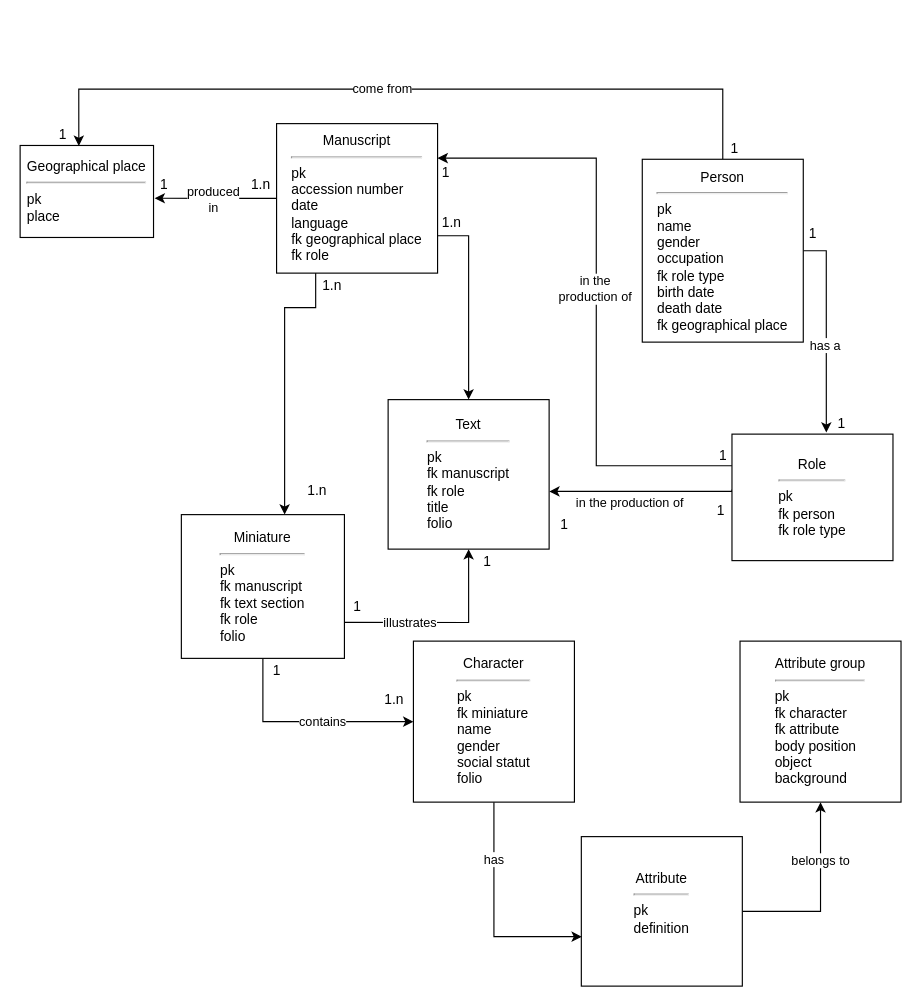
This is trobairitz.drawio from ellieiri/enluminures_trobairitz, a draw.io file, before an edit. Source tidied: cells renumbered, new cells numbered last; positions are measured from the earlier drawing's top-left corner, leaving out a move shared by most shapes. Both pictures are drawn from the tidied source at 115%, with x=0, y=0 at pixel (20, 89).
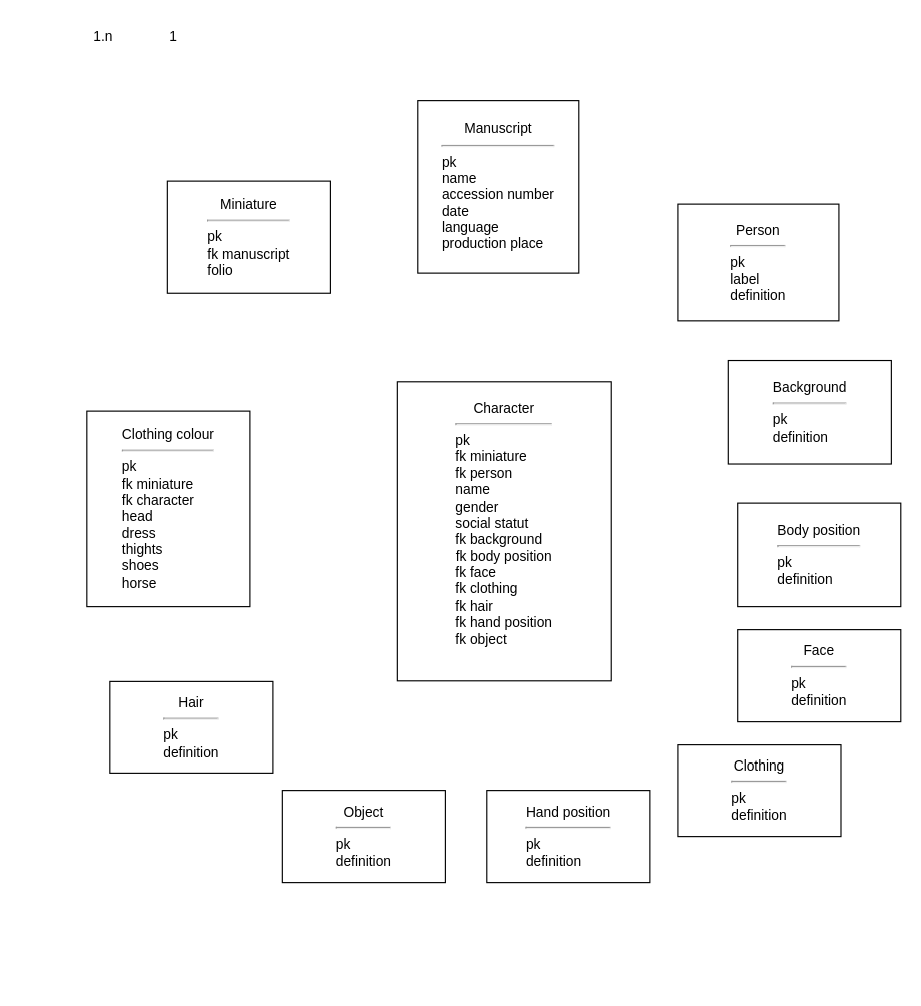
The same diagram, later.

Commit message (it also covers changes not shown here):
Mettre à jour trobairitz.drawio

The edit, as a diff of the source:
```diff
@@
-    <mxCell id="2" style="edgeStyle=orthogonalEdgeStyle;rounded=0;jettySize=auto;html=1;" parent="1" edge="1" source="6" target="15">
-      <mxGeometry relative="1" as="geometry">
-        <Array as="points">
-          <mxPoint x="257" y="190" />
-          <mxPoint x="230" y="190" />
-        </Array>
-      </mxGeometry>
-    </mxCell>
-    <mxCell id="3" style="edgeStyle=orthogonalEdgeStyle;rounded=0;jettySize=auto;html=1;exitX=1;exitY=0.75;exitDx=0;exitDy=0;" parent="1" edge="1" source="6" target="16">
-      <mxGeometry relative="1" as="geometry" />
-    </mxCell>
-    <mxCell id="4" style="edgeStyle=orthogonalEdgeStyle;rounded=0;jettySize=auto;html=1;entryX=1.008;entryY=0.574;entryDx=0;entryDy=0;entryPerimeter=0;" parent="1" edge="1" source="6" target="17">
-      <mxGeometry relative="1" as="geometry" />
-    </mxCell>
-    <mxCell id="5" value="&lt;div&gt;produced&lt;/div&gt;&lt;div&gt;in&lt;br&gt;&lt;/div&gt;" style="edgeLabel;html=1;align=center;verticalAlign=middle;" parent="4" vertex="1">
-      <mxGeometry x="0.05" y="2" relative="1" as="geometry">
-        <mxPoint y="-1" as="offset" />
-      </mxGeometry>
-    </mxCell>
-    <mxCell id="6" value="&lt;div&gt;Manuscript&lt;/div&gt;&lt;div&gt;&lt;hr&gt;&lt;/div&gt;&lt;div align=&quot;left&quot;&gt;pk&lt;/div&gt;&lt;div align=&quot;left&quot;&gt;accession number&lt;/div&gt;&lt;div align=&quot;left&quot;&gt;date&lt;/div&gt;&lt;div align=&quot;left&quot;&gt;language&lt;br&gt;&lt;/div&gt;&lt;div align=&quot;left&quot;&gt;fk geographical place&lt;/div&gt;&lt;div align=&quot;left&quot;&gt;fk role&lt;br&gt;&lt;/div&gt;" style="rounded=0;whiteSpace=wrap;html=1;" parent="1" vertex="1">
-      <mxGeometry x="223" y="30" width="140" height="130" as="geometry" />
+    <mxCell id="6" value="&lt;div&gt;Manuscript&lt;/div&gt;&lt;div&gt;&lt;hr&gt;&lt;/div&gt;&lt;div align=&quot;left&quot;&gt;pk&lt;/div&gt;&lt;div align=&quot;left&quot;&gt;name&lt;br&gt;&lt;/div&gt;&lt;div align=&quot;left&quot;&gt;accession number&lt;/div&gt;&lt;div align=&quot;left&quot;&gt;date&lt;/div&gt;&lt;div align=&quot;left&quot;&gt;language&lt;br&gt;&lt;/div&gt;&lt;div align=&quot;left&quot;&gt;production place&lt;br&gt;&lt;/div&gt;" style="rounded=0;whiteSpace=wrap;html=1;" parent="1" vertex="1">
+      <mxGeometry x="345.8" y="10" width="140" height="150" as="geometry" />
     </mxCell>
-    <mxCell id="7" style="edgeStyle=orthogonalEdgeStyle;rounded=0;jettySize=auto;html=1;exitX=0;exitY=0.25;exitDx=0;exitDy=0;" parent="1" edge="1" source="10" target="6">
-      <mxGeometry relative="1" as="geometry">
-        <Array as="points">
-          <mxPoint x="501" y="328" />
-          <mxPoint x="501" y="60" />
-        </Array>
-      </mxGeometry>
-    </mxCell>
-    <mxCell id="8" value="&lt;div&gt;in the &lt;br&gt;&lt;/div&gt;&lt;div&gt;production of&lt;/div&gt;" style="edgeLabel;html=1;align=center;verticalAlign=middle;" parent="7" vertex="1">
-      <mxGeometry x="0.04" y="2" relative="1" as="geometry" />
-    </mxCell>
-    <mxCell id="9" value="in the production of" style="edgeStyle=orthogonalEdgeStyle;rounded=0;jettySize=auto;html=1;exitX=0.01;exitY=0.702;exitDx=0;exitDy=0;exitPerimeter=0;entryX=1.001;entryY=0.614;entryDx=0;entryDy=0;entryPerimeter=0;" parent="1" edge="1" target="16">
-      <mxGeometry x="0.13" y="10" relative="1" as="geometry">
-        <mxPoint x="619" y="348.2" as="sourcePoint" />
-        <Array as="points">
-          <mxPoint x="619" y="350" />
-        </Array>
-      </mxGeometry>
-    </mxCell>
-    <mxCell id="10" value="&lt;div&gt;Role&lt;br&gt;&lt;/div&gt;&lt;div&gt;&lt;hr&gt;&lt;/div&gt;&lt;div align=&quot;left&quot;&gt;pk&lt;/div&gt;&lt;div align=&quot;left&quot;&gt;fk person&lt;/div&gt;&lt;div align=&quot;left&quot;&gt;fk role type&lt;br&gt;&lt;/div&gt;" style="rounded=0;whiteSpace=wrap;html=1;" parent="1" vertex="1">
-      <mxGeometry x="619" y="300" width="140" height="110" as="geometry" />
-    </mxCell>
-    <mxCell id="11" style="edgeStyle=orthogonalEdgeStyle;rounded=0;jettySize=auto;html=1;exitX=1;exitY=0.75;exitDx=0;exitDy=0;entryX=0.5;entryY=1;entryDx=0;entryDy=0;" parent="1" edge="1" source="15" target="16">
-      <mxGeometry relative="1" as="geometry" />
-    </mxCell>
-    <mxCell id="12" value="illustrates" style="edgeLabel;html=1;align=center;verticalAlign=middle;" parent="11" vertex="1">
-      <mxGeometry x="-0.34" y="-3" relative="1" as="geometry">
-        <mxPoint y="-3" as="offset" />
-      </mxGeometry>
-    </mxCell>
-    <mxCell id="13" style="edgeStyle=orthogonalEdgeStyle;rounded=0;jettySize=auto;html=1;entryX=0;entryY=0.5;entryDx=0;entryDy=0;exitX=0.5;exitY=1;exitDx=0;exitDy=0;" parent="1" edge="1" source="15" target="42">
-      <mxGeometry relative="1" as="geometry" />
-    </mxCell>
-    <mxCell id="14" value="contains" style="edgeLabel;html=1;align=center;verticalAlign=middle;" parent="13" vertex="1">
-      <mxGeometry x="0.14" y="-5" relative="1" as="geometry">
-        <mxPoint y="-6" as="offset" />
-      </mxGeometry>
-    </mxCell>
-    <mxCell id="15" value="&lt;div&gt;Miniature&lt;br&gt;&lt;/div&gt;&lt;div&gt;&lt;hr&gt;&lt;/div&gt;&lt;div align=&quot;left&quot;&gt;pk&lt;/div&gt;&lt;div align=&quot;left&quot;&gt;fk manuscript&lt;/div&gt;&lt;div align=&quot;left&quot;&gt;fk text section&lt;/div&gt;&lt;div align=&quot;left&quot;&gt;fk role&lt;br&gt;&lt;/div&gt;&lt;div align=&quot;left&quot;&gt;folio&lt;/div&gt;" style="rounded=0;whiteSpace=wrap;html=1;" parent="1" vertex="1">
-      <mxGeometry x="140.2" y="370" width="141.8" height="125" as="geometry" />
+    <mxCell id="15" value="&lt;div&gt;Miniature&lt;br&gt;&lt;/div&gt;&lt;div&gt;&lt;hr&gt;&lt;/div&gt;&lt;div align=&quot;left&quot;&gt;pk&lt;/div&gt;&lt;div align=&quot;left&quot;&gt;fk manuscript&lt;/div&gt;&lt;div align=&quot;left&quot;&gt;folio&lt;/div&gt;" style="rounded=0;whiteSpace=wrap;html=1;" parent="1" vertex="1">
+      <mxGeometry x="128" y="80" width="141.8" height="97.5" as="geometry" />
     </mxCell>
-    <mxCell id="16" value="&lt;div align=&quot;center&quot;&gt;Text&lt;/div&gt;&lt;div align=&quot;center&quot;&gt;&lt;hr&gt;&lt;/div&gt;&lt;div align=&quot;left&quot;&gt;pk&lt;/div&gt;&lt;div align=&quot;left&quot;&gt;fk manuscript&lt;br&gt;&lt;/div&gt;&lt;div align=&quot;left&quot;&gt;fk role&lt;br&gt;&lt;/div&gt;&lt;div align=&quot;left&quot;&gt;title&lt;/div&gt;&lt;div align=&quot;left&quot;&gt;folio&lt;/div&gt;" style="rounded=0;whiteSpace=wrap;html=1;align=center;" parent="1" vertex="1">
-      <mxGeometry x="320" y="270" width="140" height="130" as="geometry" />
-    </mxCell>
-    <mxCell id="17" value="&lt;div&gt;Geographical place&lt;br&gt;&lt;/div&gt;&lt;div&gt;&lt;hr&gt;&lt;/div&gt;&lt;div align=&quot;left&quot;&gt;pk&lt;/div&gt;&lt;div align=&quot;left&quot;&gt;place&lt;br&gt;&lt;/div&gt;" style="rounded=0;whiteSpace=wrap;html=1;" parent="1" vertex="1">
-      <mxGeometry y="49" width="116" height="80" as="geometry" />
-    </mxCell>
-    <mxCell id="18" style="edgeStyle=orthogonalEdgeStyle;rounded=0;jettySize=auto;html=1;exitX=1;exitY=0.5;exitDx=0;exitDy=0;entryX=0.586;entryY=-0.012;entryDx=0;entryDy=0;entryPerimeter=0;" parent="1" edge="1" source="25" target="10">
-      <mxGeometry relative="1" as="geometry" />
-    </mxCell>
-    <mxCell id="19" value="has a" style="edgeLabel;html=1;align=center;verticalAlign=middle;" parent="18" vertex="1">
-      <mxGeometry x="0.12" y="3" relative="1" as="geometry">
-        <mxPoint x="-5" y="2" as="offset" />
-      </mxGeometry>
-    </mxCell>
-    <mxCell id="20" value="1.n" style="text;html=1;align=center;verticalAlign=middle;strokeColor=none;fillColor=none;" parent="1" vertex="1">
-      <mxGeometry x="238" y="334" width="40" height="30" as="geometry" />
-    </mxCell>
-    <mxCell id="21" value="1.n" style="text;html=1;align=center;verticalAlign=middle;strokeColor=none;fillColor=none;" parent="1" vertex="1">
-      <mxGeometry x="251" y="156" width="40" height="30" as="geometry" />
-    </mxCell>
-    <mxCell id="22" value="1.n" style="text;html=1;align=center;verticalAlign=middle;strokeColor=none;fillColor=none;" parent="1" vertex="1">
-      <mxGeometry x="355" y="101" width="40" height="30" as="geometry" />
-    </mxCell>
-    <mxCell id="23" style="edgeStyle=orthogonalEdgeStyle;rounded=0;jettySize=auto;html=1;exitX=0.5;exitY=0;exitDx=0;exitDy=0;entryX=0.44;entryY=0.005;entryDx=0;entryDy=0;entryPerimeter=0;" parent="1" edge="1" source="25" target="17">
-      <mxGeometry relative="1" as="geometry">
-        <Array as="points">
-          <mxPoint x="600" />
-          <mxPoint x="71" />
-        </Array>
-      </mxGeometry>
-    </mxCell>
-    <mxCell id="24" value="come from" style="edgeLabel;html=1;align=center;verticalAlign=middle;" parent="23" vertex="1">
-      <mxGeometry x="0.07" y="1" relative="1" as="geometry">
-        <mxPoint x="1" y="-2" as="offset" />
-      </mxGeometry>
-    </mxCell>
-    <mxCell id="25" value="&lt;div align=&quot;center&quot;&gt;Person&lt;br&gt;&lt;/div&gt;&lt;div align=&quot;center&quot;&gt;&lt;hr&gt;&lt;/div&gt;&lt;div align=&quot;left&quot;&gt;pk&lt;/div&gt;&lt;div align=&quot;left&quot;&gt;name&lt;/div&gt;&lt;div align=&quot;left&quot;&gt;gender&lt;/div&gt;&lt;div align=&quot;left&quot;&gt;occupation&lt;/div&gt;&lt;div align=&quot;left&quot;&gt;fk role type&lt;/div&gt;&lt;div align=&quot;left&quot;&gt;birth date&lt;/div&gt;&lt;div align=&quot;left&quot;&gt;death date&lt;br&gt;&lt;/div&gt;&lt;div&gt;fk geographical place&lt;br&gt;&lt;/div&gt;" style="rounded=0;whiteSpace=wrap;html=1;align=center;" parent="1" vertex="1">
-      <mxGeometry x="541" y="61" width="140" height="159" as="geometry" />
+    <mxCell id="25" value="&lt;div align=&quot;center&quot;&gt;Person&lt;br&gt;&lt;/div&gt;&lt;div align=&quot;center&quot;&gt;&lt;hr&gt;&lt;/div&gt;&lt;div align=&quot;left&quot;&gt;pk&lt;/div&gt;&lt;div align=&quot;left&quot;&gt;label&lt;/div&gt;&lt;div align=&quot;left&quot;&gt;definition&lt;br&gt;&lt;/div&gt;" style="rounded=0;whiteSpace=wrap;html=1;align=center;" parent="1" vertex="1">
+      <mxGeometry x="572" y="100" width="140" height="101.5" as="geometry" />
     </mxCell>
-    <mxCell id="26" value="1" style="text;html=1;align=center;verticalAlign=middle;strokeColor=none;fillColor=none;" parent="1" vertex="1">
-      <mxGeometry x="594" y="352" width="30" height="30" as="geometry" />
-    </mxCell>
-    <mxCell id="27" value="1" style="text;html=1;align=center;verticalAlign=middle;strokeColor=none;fillColor=none;" parent="1" vertex="1">
-      <mxGeometry x="458" y="364" width="30" height="30" as="geometry" />
-    </mxCell>
     <mxCell id="28" value="1.n" style="text;html=1;align=center;verticalAlign=middle;strokeColor=none;fillColor=none;" parent="1" vertex="1">
-      <mxGeometry x="189" y="68" width="40" height="30" as="geometry" />
+      <mxGeometry x="52" y="-60" width="40" height="30" as="geometry" />
     </mxCell>
-    <mxCell id="29" value="1" style="text;html=1;align=center;verticalAlign=middle;strokeColor=none;fillColor=none;" parent="1" vertex="1">
-      <mxGeometry x="110.2" y="68" width="30" height="30" as="geometry" />
-    </mxCell>
     <mxCell id="30" value="1" style="text;html=1;align=center;verticalAlign=middle;strokeColor=none;fillColor=none;" parent="1" vertex="1">
-      <mxGeometry x="22" y="25" width="30" height="30" as="geometry" />
+      <mxGeometry x="118" y="-60" width="30" height="30" as="geometry" />
     </mxCell>
-    <mxCell id="31" value="1" style="text;html=1;align=center;verticalAlign=middle;strokeColor=none;fillColor=none;" parent="1" vertex="1">
-      <mxGeometry x="606" y="37" width="30" height="30" as="geometry" />
-    </mxCell>
-    <mxCell id="32" value="1" style="text;html=1;align=center;verticalAlign=middle;strokeColor=none;fillColor=none;" parent="1" vertex="1">
-      <mxGeometry x="674" y="111" width="30" height="30" as="geometry" />
-    </mxCell>
-    <mxCell id="33" value="1" style="text;html=1;align=center;verticalAlign=middle;strokeColor=none;fillColor=none;" parent="1" vertex="1">
-      <mxGeometry x="699" y="276" width="30" height="30" as="geometry" />
-    </mxCell>
-    <mxCell id="34" value="1" style="text;html=1;align=center;verticalAlign=middle;strokeColor=none;fillColor=none;" parent="1" vertex="1">
-      <mxGeometry x="596" y="304" width="30" height="30" as="geometry" />
-    </mxCell>
-    <mxCell id="35" value="1" style="text;html=1;align=center;verticalAlign=middle;strokeColor=none;fillColor=none;" parent="1" vertex="1">
-      <mxGeometry x="355" y="58" width="30" height="30" as="geometry" />
-    </mxCell>
-    <mxCell id="36" value="1" style="text;html=1;align=center;verticalAlign=middle;strokeColor=none;fillColor=none;" parent="1" vertex="1">
-      <mxGeometry x="278" y="435" width="30" height="30" as="geometry" />
-    </mxCell>
-    <mxCell id="37" value="1" style="text;html=1;align=center;verticalAlign=middle;strokeColor=none;fillColor=none;" parent="1" vertex="1">
-      <mxGeometry x="391" y="395.5" width="30" height="30" as="geometry" />
-    </mxCell>
-    <mxCell id="38" style="edgeStyle=orthogonalEdgeStyle;rounded=0;jettySize=auto;html=1;exitX=1;exitY=0.5;exitDx=0;exitDy=0;" parent="1" edge="1" source="40" target="43">
-      <mxGeometry relative="1" as="geometry" />
-    </mxCell>
-    <mxCell id="39" value="belongs to" style="edgeLabel;html=1;align=center;verticalAlign=middle;" parent="38" vertex="1">
-      <mxGeometry x="0.39" y="1" relative="1" as="geometry" />
-    </mxCell>
-    <mxCell id="40" value="&lt;div align=&quot;center&quot;&gt;Attribute&lt;/div&gt;&lt;div align=&quot;center&quot;&gt;&lt;hr&gt;&lt;/div&gt;&lt;div align=&quot;left&quot;&gt;pk&lt;/div&gt;&lt;div align=&quot;left&quot;&gt;definition&lt;br&gt;&lt;/div&gt;&lt;div align=&quot;left&quot;&gt;&lt;br&gt;&lt;/div&gt;" style="rounded=0;whiteSpace=wrap;html=1;align=center;" parent="1" vertex="1">
-      <mxGeometry x="488" y="650" width="140" height="130" as="geometry" />
-    </mxCell>
-    <mxCell id="41" value="has" style="edgeStyle=orthogonalEdgeStyle;rounded=0;jettySize=auto;html=1;exitX=0.5;exitY=1;exitDx=0;exitDy=0;entryX=0.003;entryY=0.669;entryDx=0;entryDy=0;entryPerimeter=0;" parent="1" edge="1" source="42" target="40">
-      <mxGeometry x="-0.48" relative="1" as="geometry" />
-    </mxCell>
-    <mxCell id="42" value="&lt;div align=&quot;center&quot;&gt;Character&lt;br&gt;&lt;/div&gt;&lt;div align=&quot;center&quot;&gt;&lt;hr&gt;&lt;/div&gt;&lt;div align=&quot;left&quot;&gt;pk&lt;/div&gt;&lt;div align=&quot;left&quot;&gt;fk miniature&lt;br&gt;&lt;/div&gt;&lt;div align=&quot;left&quot;&gt;name&lt;/div&gt;&lt;div align=&quot;left&quot;&gt;gender&lt;/div&gt;&lt;div align=&quot;left&quot;&gt;social statut&lt;br&gt;&lt;/div&gt;&lt;div align=&quot;left&quot;&gt;folio&lt;br&gt;&lt;/div&gt;" style="rounded=0;whiteSpace=wrap;html=1;align=center;" parent="1" vertex="1">
-      <mxGeometry x="342" y="480" width="140" height="140" as="geometry" />
+    <mxCell id="42" value="&lt;div align=&quot;center&quot;&gt;Character&lt;br&gt;&lt;/div&gt;&lt;div align=&quot;center&quot;&gt;&lt;hr&gt;&lt;/div&gt;&lt;div align=&quot;left&quot;&gt;pk&lt;/div&gt;&lt;div align=&quot;left&quot;&gt;fk miniature&lt;br&gt;&lt;/div&gt;&lt;div align=&quot;left&quot;&gt;fk person&lt;br&gt;&lt;/div&gt;&lt;div align=&quot;left&quot;&gt;name&lt;/div&gt;&lt;div align=&quot;left&quot;&gt;gender&lt;/div&gt;&lt;div align=&quot;left&quot;&gt;social statut&lt;br&gt;&lt;/div&gt;&lt;div align=&quot;left&quot;&gt;fk background&lt;/div&gt;&lt;div&gt;fk body position&lt;/div&gt;&lt;div align=&quot;left&quot;&gt;fk face&lt;/div&gt;&lt;div align=&quot;left&quot;&gt;fk clothing&lt;/div&gt;&lt;div align=&quot;left&quot;&gt;fk hair&lt;/div&gt;&lt;div align=&quot;left&quot;&gt;fk hand position&lt;/div&gt;&lt;div align=&quot;left&quot;&gt;fk object&lt;br&gt;&lt;/div&gt;&lt;div&gt;&lt;br&gt;&lt;/div&gt;" style="rounded=0;whiteSpace=wrap;html=1;align=center;" parent="1" vertex="1">
+      <mxGeometry x="328" y="254.5" width="186" height="260" as="geometry" />
     </mxCell>
-    <mxCell id="43" value="&lt;div align=&quot;center&quot;&gt;Attribute group&lt;br&gt;&lt;/div&gt;&lt;div align=&quot;center&quot;&gt;&lt;hr&gt;&lt;/div&gt;&lt;div align=&quot;left&quot;&gt;pk&lt;/div&gt;&lt;div align=&quot;left&quot;&gt;fk character&lt;/div&gt;&lt;div align=&quot;left&quot;&gt;fk attribute&lt;br&gt;&lt;/div&gt;&lt;div align=&quot;left&quot;&gt;body position&lt;/div&gt;&lt;div align=&quot;left&quot;&gt;object&lt;/div&gt;&lt;div align=&quot;left&quot;&gt;background&lt;br&gt;&lt;/div&gt;" style="rounded=0;whiteSpace=wrap;html=1;align=center;" parent="1" vertex="1">
-      <mxGeometry x="626" y="480" width="140" height="140" as="geometry" />
-    </mxCell>
-    <mxCell id="44" value="1" style="text;html=1;align=center;verticalAlign=middle;strokeColor=none;fillColor=none;" parent="1" vertex="1">
-      <mxGeometry x="208" y="491" width="30" height="30" as="geometry" />
-    </mxCell>
-    <mxCell id="45" value="1.n" style="text;html=1;align=center;verticalAlign=middle;strokeColor=none;fillColor=none;" parent="1" vertex="1">
-      <mxGeometry x="305" y="516" width="40" height="30" as="geometry" />
-    </mxCell>
+    <mxCell id="46" value="&lt;div&gt;Background&lt;br&gt;&lt;/div&gt;&lt;div&gt;&lt;hr&gt;&lt;/div&gt;&lt;div align=&quot;left&quot;&gt;pk&lt;/div&gt;&lt;div align=&quot;left&quot;&gt;definition&lt;/div&gt;" style="rounded=0;whiteSpace=wrap;html=1;" parent="1" vertex="1">
+      <mxGeometry x="615.8" y="236" width="141.8" height="90" as="geometry" />
+    </mxCell>
+    <mxCell id="47" value="&lt;div&gt;Body position&lt;br&gt;&lt;/div&gt;&lt;div&gt;&lt;hr&gt;&lt;/div&gt;&lt;div align=&quot;left&quot;&gt;pk&lt;/div&gt;&lt;div align=&quot;left&quot;&gt;definition&lt;/div&gt;" style="rounded=0;whiteSpace=wrap;html=1;" parent="1" vertex="1">
+      <mxGeometry x="624" y="360" width="141.8" height="90" as="geometry" />
+    </mxCell>
+    <mxCell id="48" value="&lt;div&gt;Clothing&lt;br&gt;&lt;/div&gt;&lt;div&gt;&lt;hr&gt;&lt;/div&gt;&lt;div align=&quot;left&quot;&gt;pk&lt;/div&gt;&lt;div align=&quot;left&quot;&gt;definition&lt;/div&gt;" style="rounded=0;whiteSpace=wrap;html=1;" parent="1" vertex="1">
+      <mxGeometry x="572" y="570" width="141.8" height="80" as="geometry" />
+    </mxCell>
+    <mxCell id="49" value="&lt;div&gt;Clothing colour&lt;br&gt;&lt;/div&gt;&lt;div&gt;&lt;hr&gt;&lt;/div&gt;&lt;div align=&quot;left&quot;&gt;pk&lt;/div&gt;&lt;div align=&quot;left&quot;&gt;fk miniature&lt;br&gt;&lt;/div&gt;&lt;div align=&quot;left&quot;&gt;fk character&lt;/div&gt;&lt;div align=&quot;left&quot;&gt;head&lt;/div&gt;&lt;div align=&quot;left&quot;&gt;dress&lt;/div&gt;&lt;div align=&quot;left&quot;&gt;thights&lt;/div&gt;&lt;div align=&quot;left&quot;&gt;shoes&lt;/div&gt;&lt;div align=&quot;left&quot;&gt;horse&lt;br&gt;&lt;/div&gt;" style="rounded=0;whiteSpace=wrap;html=1;" parent="1" vertex="1">
+      <mxGeometry x="58" y="280" width="141.8" height="170" as="geometry" />
+    </mxCell>
+    <mxCell id="50" value="&lt;div&gt;Face&lt;br&gt;&lt;/div&gt;&lt;div&gt;&lt;hr&gt;&lt;/div&gt;&lt;div align=&quot;left&quot;&gt;pk&lt;/div&gt;&lt;div align=&quot;left&quot;&gt;definition&lt;/div&gt;" style="rounded=0;whiteSpace=wrap;html=1;" parent="1" vertex="1">
+      <mxGeometry x="624" y="470" width="141.8" height="80" as="geometry" />
+    </mxCell>
+    <mxCell id="51" value="&lt;div&gt;Hair&lt;br&gt;&lt;/div&gt;&lt;div&gt;&lt;hr&gt;&lt;/div&gt;&lt;div align=&quot;left&quot;&gt;pk&lt;/div&gt;&lt;div align=&quot;left&quot;&gt;definition&lt;/div&gt;" style="rounded=0;whiteSpace=wrap;html=1;" parent="1" vertex="1">
+      <mxGeometry x="78" y="515" width="141.8" height="80" as="geometry" />
+    </mxCell>
+    <mxCell id="52" value="&lt;div&gt;Hand position&lt;br&gt;&lt;/div&gt;&lt;div&gt;&lt;hr&gt;&lt;/div&gt;&lt;div align=&quot;left&quot;&gt;pk&lt;/div&gt;&lt;div align=&quot;left&quot;&gt;definition&lt;/div&gt;" style="rounded=0;whiteSpace=wrap;html=1;" parent="1" vertex="1">
+      <mxGeometry x="405.8" y="610" width="141.8" height="80" as="geometry" />
+    </mxCell>
+    <mxCell id="53" value="&lt;div&gt;Object&lt;br&gt;&lt;/div&gt;&lt;div&gt;&lt;hr&gt;&lt;/div&gt;&lt;div align=&quot;left&quot;&gt;pk&lt;/div&gt;&lt;div align=&quot;left&quot;&gt;definition&lt;/div&gt;" style="rounded=0;whiteSpace=wrap;html=1;" parent="1" vertex="1">
+      <mxGeometry x="228" y="610" width="141.8" height="80" as="geometry" />
+    </mxCell>
```
